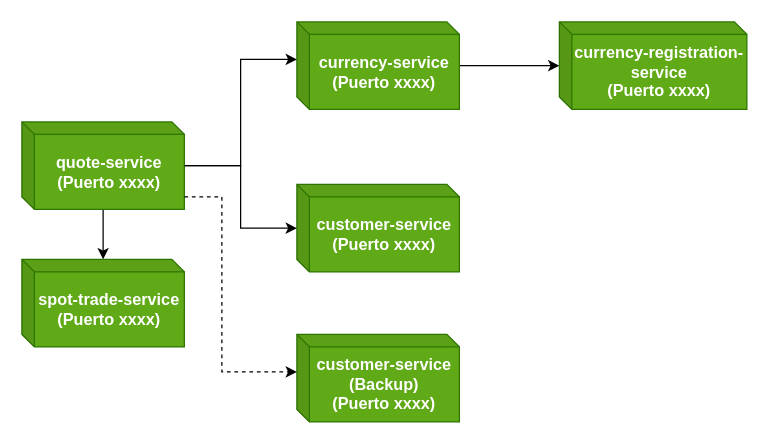
This is JavaQuarkusProject.drawio from davidbrmaru/diagrams, a draw.io file, before an edit. Source tidied: cells renumbered, new cells numbered last; positions are measured from the earlier drawing's top-left corner, leaving out a move shared by most shapes. Both pictures are drawn from the tidied source at 125%, with x=0, y=0 at pixel (21, 21).
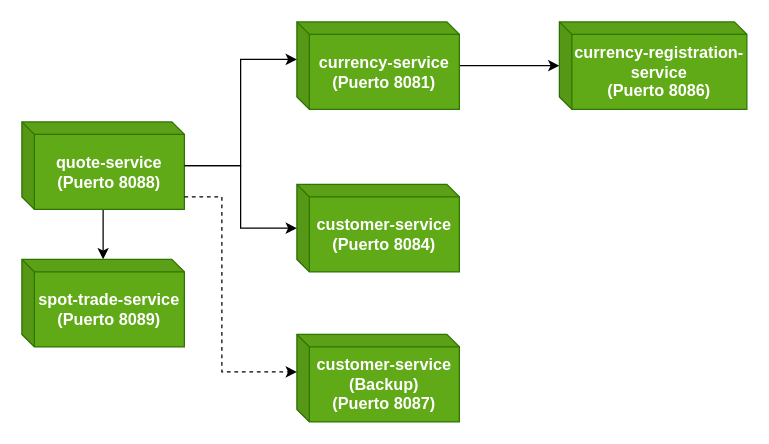
The same diagram, later.

The edit, as a diff of the source:
```diff
@@
 <mxGraphModel>
   <root>
     <mxCell id="0" />
     <mxCell id="1" parent="0" />
     <mxCell id="2" style="edgeStyle=orthogonalEdgeStyle;rounded=0;jettySize=auto;html=1;" parent="1" edge="1" source="3" target="5">
       <mxGeometry relative="1" as="geometry" />
     </mxCell>
-    <mxCell id="3" value="currency-service&lt;br&gt;(Puerto xxxx)" style="shape=cube;whiteSpace=wrap;html=1;boundedLbl=1;backgroundOutline=1;darkOpacity=0.05;darkOpacity2=0.1;fillColor=#60a917;fontColor=#ffffff;strokeColor=#2D7600;size=10;miterlimit=4;fontSize=13;fontStyle=1;" parent="1" vertex="1">
+    <mxCell id="3" value="currency-service&lt;br&gt;(Puerto 8081)" style="shape=cube;whiteSpace=wrap;html=1;boundedLbl=1;backgroundOutline=1;darkOpacity=0.05;darkOpacity2=0.1;fillColor=#60a917;fontColor=#ffffff;strokeColor=#2D7600;size=10;miterlimit=4;fontSize=13;fontStyle=1;" parent="1" vertex="1">
       <mxGeometry x="220" width="130" height="70" as="geometry" />
     </mxCell>
-    <mxCell id="4" value="customer-service&lt;br&gt;(Puerto xxxx)" style="shape=cube;whiteSpace=wrap;html=1;boundedLbl=1;backgroundOutline=1;darkOpacity=0.05;darkOpacity2=0.1;fillColor=#60a917;fontColor=#ffffff;strokeColor=#2D7600;size=10;miterlimit=4;fontSize=13;fontStyle=1;" parent="1" vertex="1">
+    <mxCell id="4" value="customer-service&lt;br&gt;(Puerto 8084)" style="shape=cube;whiteSpace=wrap;html=1;boundedLbl=1;backgroundOutline=1;darkOpacity=0.05;darkOpacity2=0.1;fillColor=#60a917;fontColor=#ffffff;strokeColor=#2D7600;size=10;miterlimit=4;fontSize=13;fontStyle=1;" parent="1" vertex="1">
       <mxGeometry x="220" y="130" width="130" height="70" as="geometry" />
     </mxCell>
-    <mxCell id="5" value="currency-registration-service&lt;br&gt;(Puerto xxxx)" style="shape=cube;whiteSpace=wrap;html=1;boundedLbl=1;backgroundOutline=1;darkOpacity=0.05;darkOpacity2=0.1;fillColor=#60a917;fontColor=#ffffff;strokeColor=#2D7600;size=10;miterlimit=4;fontSize=13;fontStyle=1;" parent="1" vertex="1">
+    <mxCell id="5" value="currency-registration-service&lt;br&gt;(Puerto 8086)" style="shape=cube;whiteSpace=wrap;html=1;boundedLbl=1;backgroundOutline=1;darkOpacity=0.05;darkOpacity2=0.1;fillColor=#60a917;fontColor=#ffffff;strokeColor=#2D7600;size=10;miterlimit=4;fontSize=13;fontStyle=1;" parent="1" vertex="1">
       <mxGeometry x="430" width="150" height="70" as="geometry" />
     </mxCell>
-    <mxCell id="6" value="customer-service&lt;br&gt;(Backup)&lt;br&gt;(Puerto xxxx)" style="shape=cube;whiteSpace=wrap;html=1;boundedLbl=1;backgroundOutline=1;darkOpacity=0.05;darkOpacity2=0.1;fillColor=#60a917;fontColor=#ffffff;strokeColor=#2D7600;size=10;miterlimit=4;fontSize=13;fontStyle=1;" parent="1" vertex="1">
+    <mxCell id="6" value="customer-service&lt;br&gt;(Backup)&lt;br&gt;(Puerto 8087)" style="shape=cube;whiteSpace=wrap;html=1;boundedLbl=1;backgroundOutline=1;darkOpacity=0.05;darkOpacity2=0.1;fillColor=#60a917;fontColor=#ffffff;strokeColor=#2D7600;size=10;miterlimit=4;fontSize=13;fontStyle=1;" parent="1" vertex="1">
       <mxGeometry x="220" y="250" width="130" height="70" as="geometry" />
     </mxCell>
     <mxCell id="7" style="edgeStyle=orthogonalEdgeStyle;rounded=0;jettySize=auto;html=1;" parent="1" edge="1" source="9" target="4">
       <mxGeometry relative="1" as="geometry" />
     </mxCell>
     <mxCell id="8" style="edgeStyle=orthogonalEdgeStyle;rounded=0;jettySize=auto;html=1;" parent="1" edge="1" source="9" target="10">
       <mxGeometry relative="1" as="geometry" />
     </mxCell>
-    <mxCell id="9" value="quote-service&lt;br&gt;(Puerto xxxx)" style="shape=cube;whiteSpace=wrap;html=1;boundedLbl=1;backgroundOutline=1;darkOpacity=0.05;darkOpacity2=0.1;fillColor=#60a917;fontColor=#ffffff;strokeColor=#2D7600;size=10;miterlimit=4;fontSize=13;fontStyle=1;" parent="1" vertex="1">
+    <mxCell id="9" value="quote-service&lt;br&gt;(Puerto 8088)" style="shape=cube;whiteSpace=wrap;html=1;boundedLbl=1;backgroundOutline=1;darkOpacity=0.05;darkOpacity2=0.1;fillColor=#60a917;fontColor=#ffffff;strokeColor=#2D7600;size=10;miterlimit=4;fontSize=13;fontStyle=1;" parent="1" vertex="1">
       <mxGeometry y="80" width="130" height="70" as="geometry" />
     </mxCell>
-    <mxCell id="10" value="spot-trade-service&lt;br&gt;(Puerto xxxx)" style="shape=cube;whiteSpace=wrap;html=1;boundedLbl=1;backgroundOutline=1;darkOpacity=0.05;darkOpacity2=0.1;fillColor=#60a917;fontColor=#ffffff;strokeColor=#2D7600;size=10;miterlimit=4;fontSize=13;fontStyle=1;" parent="1" vertex="1">
+    <mxCell id="10" value="spot-trade-service&lt;br&gt;(Puerto 8089)" style="shape=cube;whiteSpace=wrap;html=1;boundedLbl=1;backgroundOutline=1;darkOpacity=0.05;darkOpacity2=0.1;fillColor=#60a917;fontColor=#ffffff;strokeColor=#2D7600;size=10;miterlimit=4;fontSize=13;fontStyle=1;" parent="1" vertex="1">
       <mxGeometry y="190" width="130" height="70" as="geometry" />
     </mxCell>
     <mxCell id="11" style="edgeStyle=orthogonalEdgeStyle;rounded=0;jettySize=auto;html=1;entryX=0;entryY=0;entryDx=0;entryDy=30;entryPerimeter=0;" parent="1" edge="1" source="9" target="3">
       <mxGeometry relative="1" as="geometry" />
     </mxCell>
     <mxCell id="12" style="edgeStyle=orthogonalEdgeStyle;rounded=0;jettySize=auto;html=1;entryX=0;entryY=0;entryDx=0;entryDy=30;entryPerimeter=0;dashed=1;" parent="1" edge="1" source="9" target="6">
       <mxGeometry relative="1" as="geometry">
         <Array as="points">
           <mxPoint x="160" y="140" />
           <mxPoint x="160" y="280" />
         </Array>
       </mxGeometry>
     </mxCell>
   </root>
 </mxGraphModel>
```
